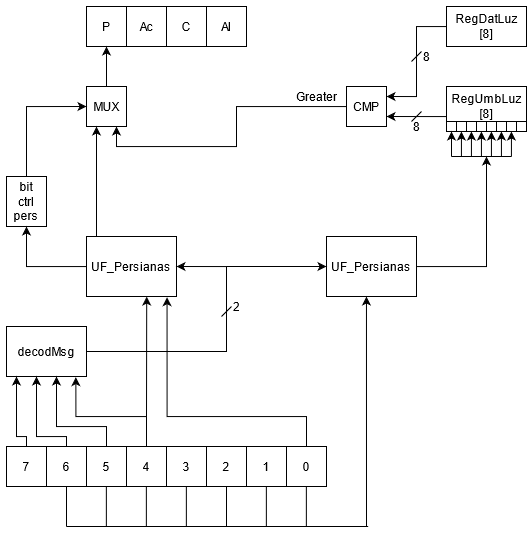
This is fpga/doc/DataPaths/UFLuz+UFPersianas.png from Xayiide/CDIoT, a draw.io export, as it was before one commit. Source tidied: cells renumbered, new cells last; positions are measured from the earlier drawing's top-left corner, leaving out a move shared by most shapes.
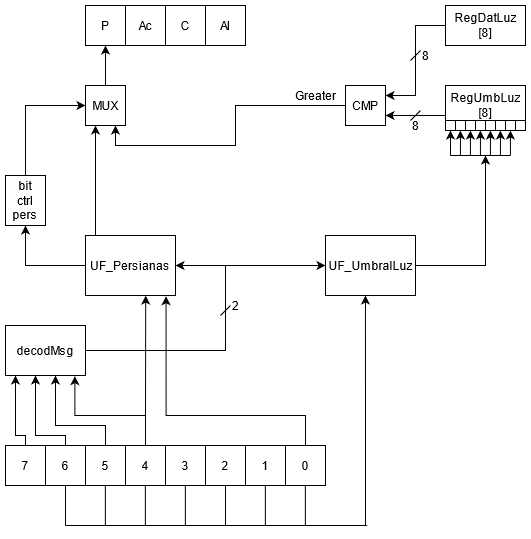
Later version of the same file.

Diff of the diagram source:
```diff
@@ -169,7 +169,7 @@
         <mxPoint x="480" y="150" as="targetPoint" />
       </mxGeometry>
     </mxCell>
-    <mxCell id="41" value="UF_Persianas" style="rounded=0;whiteSpace=wrap;html=1;" parent="1" vertex="1">
+    <mxCell id="41" value="UF_UmbralLuz" style="rounded=0;whiteSpace=wrap;html=1;" parent="1" vertex="1">
       <mxGeometry x="320" y="230" width="90" height="60" as="geometry" />
     </mxCell>
     <mxCell id="42" style="rounded=0;whiteSpace=wrap;html=1;" parent="1" vertex="1">
```
